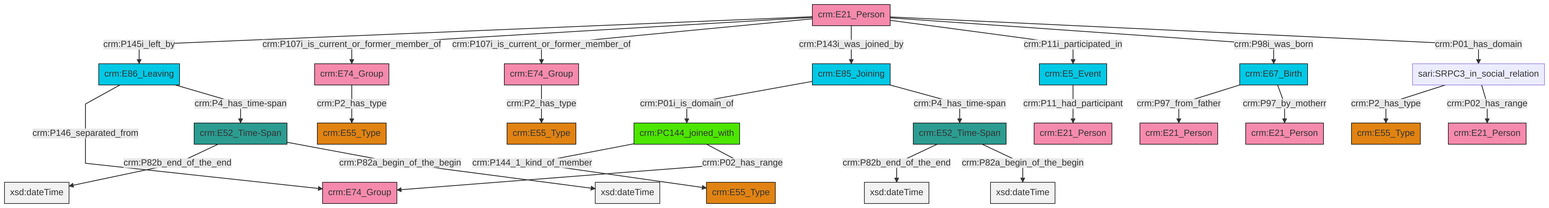
swiss-art-research-net/reference-data-models keeps this Mermaid diagram as et/personCSV/ttl/mmd/png/Person_Actor_Relations.png. Above is the earlier version. Its source is kept beside it as et/personCSV/ttl/mmd/Person_Actor_Relations.ttl.mmd.
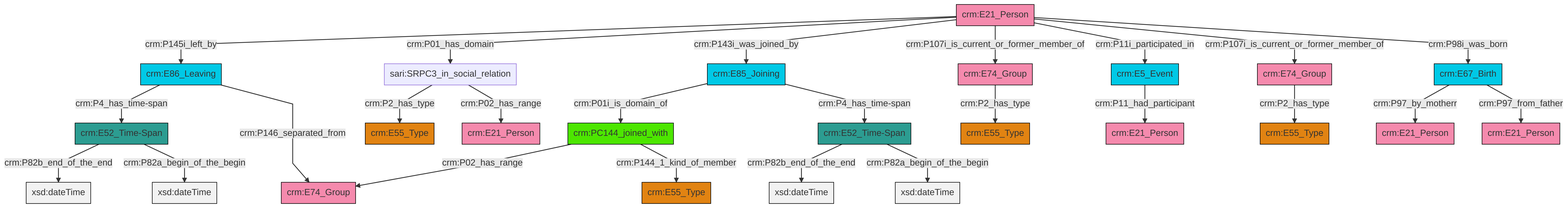
The same diagram one commit later.

The edit, as a diff of the source:
```diff
@@ -13,27 +13,27 @@
 classDef PC_Classes fill:#4ce600, stroke:#000000;
 classDef Multi fill:#cccccc,stroke:#000000;
 
-0["crm:PC144_joined_with"]:::PC_Classes -->|crm:P144_1_kind_of_member| 1["crm:E55_Type"]:::Type
-5["sari:SRPC3_in_social_relation"]:::Default -->|crm:P2_has_type| 6["crm:E55_Type"]:::Type
-10["crm:E85_Joining"]:::Temporal_Entity -->|crm:P01i_is_domain_of| 0["crm:PC144_joined_with"]:::PC_Classes
-11["crm:E21_Person"]:::Actor -->|crm:P145i_left_by| 12["crm:E86_Leaving"]:::Temporal_Entity
-12["crm:E86_Leaving"]:::Temporal_Entity -->|crm:P146_separated_from| 15["crm:E74_Group"]:::Actor
-16["crm:E5_Event"]:::Temporal_Entity -->|crm:P11_had_participant| 17["crm:E21_Person"]:::Actor
-10["crm:E85_Joining"]:::Temporal_Entity -->|crm:P4_has_time-span| 18["crm:E52_Time-Span"]:::Time-Span
-0["crm:PC144_joined_with"]:::PC_Classes -->|crm:P02_has_range| 15["crm:E74_Group"]:::Actor
-12["crm:E86_Leaving"]:::Temporal_Entity -->|crm:P4_has_time-span| 13["crm:E52_Time-Span"]:::Time-Span
-11["crm:E21_Person"]:::Actor -->|crm:P107i_is_current_or_former_member_of| 19["crm:E74_Group"]:::Actor
-11["crm:E21_Person"]:::Actor -->|crm:P107i_is_current_or_former_member_of| 22["crm:E74_Group"]:::Actor
-11["crm:E21_Person"]:::Actor -->|crm:P143i_was_joined_by| 10["crm:E85_Joining"]:::Temporal_Entity
-11["crm:E21_Person"]:::Actor -->|crm:P11i_participated_in| 16["crm:E5_Event"]:::Temporal_Entity
-22["crm:E74_Group"]:::Actor -->|crm:P2_has_type| 7["crm:E55_Type"]:::Type
-11["crm:E21_Person"]:::Actor -->|crm:P98i_was_born| 28["crm:E67_Birth"]:::Temporal_Entity
-28["crm:E67_Birth"]:::Temporal_Entity -->|crm:P97_from_father| 33["crm:E21_Person"]:::Actor
-13["crm:E52_Time-Span"]:::Time-Span -->|crm:P82b_end_of_the_end| 34[xsd:dateTime]:::Literal
-18["crm:E52_Time-Span"]:::Time-Span -->|crm:P82b_end_of_the_end| 35[xsd:dateTime]:::Literal
-5["sari:SRPC3_in_social_relation"]:::Default -->|crm:P02_has_range| 25["crm:E21_Person"]:::Actor
-13["crm:E52_Time-Span"]:::Time-Span -->|crm:P82a_begin_of_the_begin| 38[xsd:dateTime]:::Literal
-28["crm:E67_Birth"]:::Temporal_Entity -->|crm:P97_by_motherr| 3["crm:E21_Person"]:::Actor
-19["crm:E74_Group"]:::Actor -->|crm:P2_has_type| 29["crm:E55_Type"]:::Type
-18["crm:E52_Time-Span"]:::Time-Span -->|crm:P82a_begin_of_the_begin| 43[xsd:dateTime]:::Literal
-11["crm:E21_Person"]:::Actor -->|crm:P01_has_domain| 5["sari:SRPC3_in_social_relation"]:::Default
+2["crm:E67_Birth"]:::Temporal_Entity -->|crm:P97_by_motherr| 3["crm:E21_Person"]:::Actor
+4["crm:E85_Joining"]:::Temporal_Entity -->|crm:P01i_is_domain_of| 5["crm:PC144_joined_with"]:::PC_Classes
+13["sari:SRPC3_in_social_relation"]:::Default -->|crm:P2_has_type| 14["crm:E55_Type"]:::Type
+15["crm:E74_Group"]:::Actor -->|crm:P2_has_type| 16["crm:E55_Type"]:::Type
+20["crm:E21_Person"]:::Actor -->|crm:P145i_left_by| 21["crm:E86_Leaving"]:::Temporal_Entity
+5["crm:PC144_joined_with"]:::PC_Classes -->|crm:P02_has_range| 22["crm:E74_Group"]:::Actor
+20["crm:E21_Person"]:::Actor -->|crm:P01_has_domain| 13["sari:SRPC3_in_social_relation"]:::Default
+21["crm:E86_Leaving"]:::Temporal_Entity -->|crm:P4_has_time-span| 0["crm:E52_Time-Span"]:::Time-Span
+5["crm:PC144_joined_with"]:::PC_Classes -->|crm:P144_1_kind_of_member| 11["crm:E55_Type"]:::Type
+2["crm:E67_Birth"]:::Temporal_Entity -->|crm:P97_from_father| 8["crm:E21_Person"]:::Actor
+20["crm:E21_Person"]:::Actor -->|crm:P143i_was_joined_by| 4["crm:E85_Joining"]:::Temporal_Entity
+13["sari:SRPC3_in_social_relation"]:::Default -->|crm:P02_has_range| 28["crm:E21_Person"]:::Actor
+6["crm:E74_Group"]:::Actor -->|crm:P2_has_type| 17["crm:E55_Type"]:::Type
+31["crm:E5_Event"]:::Temporal_Entity -->|crm:P11_had_participant| 24["crm:E21_Person"]:::Actor
+0["crm:E52_Time-Span"]:::Time-Span -->|crm:P82b_end_of_the_end| 32[xsd:dateTime]:::Literal
+21["crm:E86_Leaving"]:::Temporal_Entity -->|crm:P146_separated_from| 22["crm:E74_Group"]:::Actor
+20["crm:E21_Person"]:::Actor -->|crm:P107i_is_current_or_former_member_of| 15["crm:E74_Group"]:::Actor
+20["crm:E21_Person"]:::Actor -->|crm:P11i_participated_in| 31["crm:E5_Event"]:::Temporal_Entity
+4["crm:E85_Joining"]:::Temporal_Entity -->|crm:P4_has_time-span| 36["crm:E52_Time-Span"]:::Time-Span
+20["crm:E21_Person"]:::Actor -->|crm:P107i_is_current_or_former_member_of| 6["crm:E74_Group"]:::Actor
+36["crm:E52_Time-Span"]:::Time-Span -->|crm:P82b_end_of_the_end| 39[xsd:dateTime]:::Literal
+20["crm:E21_Person"]:::Actor -->|crm:P98i_was_born| 2["crm:E67_Birth"]:::Temporal_Entity
+36["crm:E52_Time-Span"]:::Time-Span -->|crm:P82a_begin_of_the_begin| 41[xsd:dateTime]:::Literal
+0["crm:E52_Time-Span"]:::Time-Span -->|crm:P82a_begin_of_the_begin| 43[xsd:dateTime]:::Literal
```
